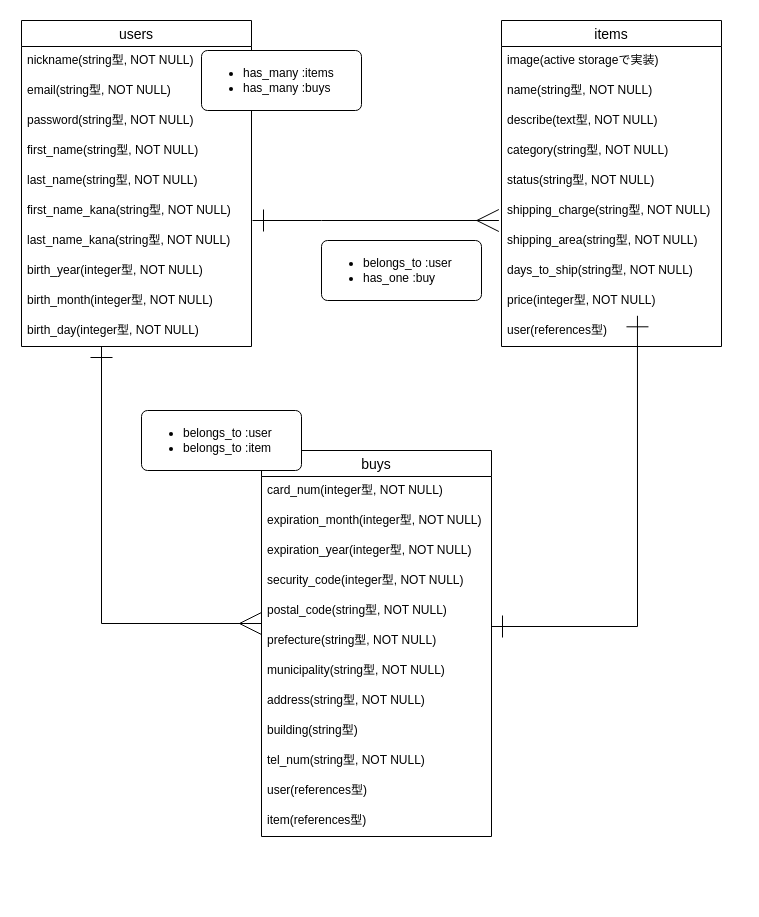
This is furima_er.dio from ironkazutoyo/furima-34405, a draw.io file, before an edit. Source tidied: cells renumbered, new cells numbered last; positions are measured from the earlier drawing's top-left corner, leaving out a move shared by most shapes. Both pictures are drawn from the tidied source at 100%, with x=0, y=0 at pixel (21, 20).
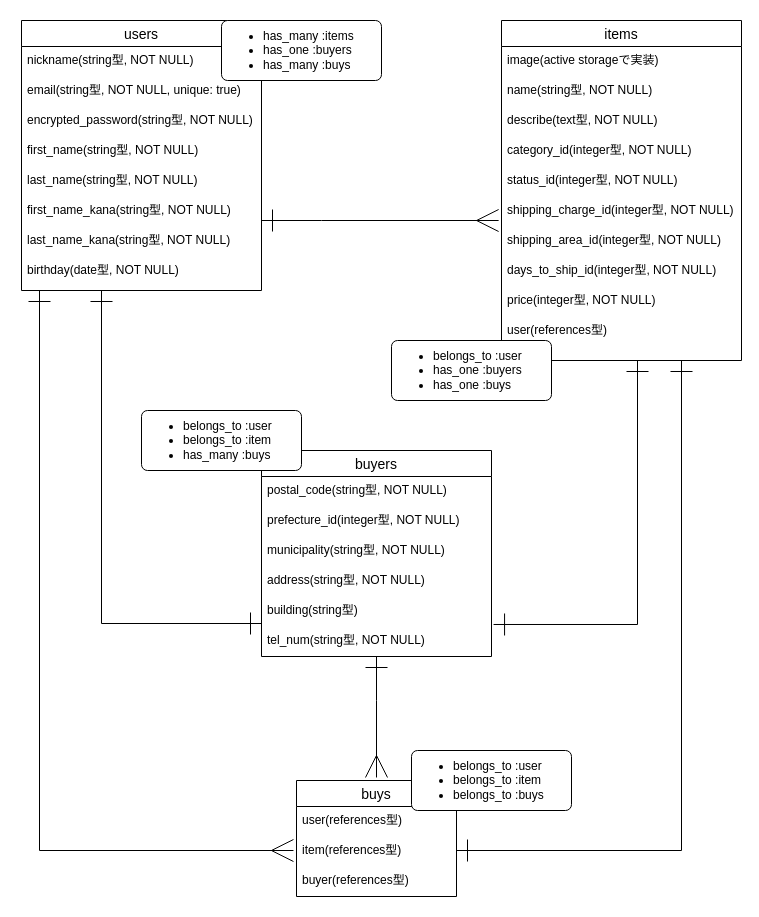
The same diagram, later.

Diff of the diagram source:
```diff
@@
     <mxCell id="2" value="users" style="swimlane;fontStyle=0;horizontal=1;startSize=26;align=center;fontSize=14;" parent="1" vertex="1">
-      <mxGeometry width="230" height="326" as="geometry" />
+      <mxGeometry width="240" height="270" as="geometry" />
     </mxCell>
     <mxCell id="3" value="nickname(string型, NOT NULL)" style="text;strokeColor=none;fillColor=none;spacingLeft=4;spacingRight=4;overflow=hidden;fontSize=12;" parent="2" vertex="1">
-      <mxGeometry y="26" width="230" height="30" as="geometry" />
+      <mxGeometry y="26" width="240" height="30" as="geometry" />
     </mxCell>
-    <mxCell id="4" value="email(string型, NOT NULL)" style="text;strokeColor=none;fillColor=none;spacingLeft=4;spacingRight=4;overflow=hidden;fontSize=12;" parent="2" vertex="1">
-      <mxGeometry y="56" width="230" height="30" as="geometry" />
+    <mxCell id="4" value="email(string型, NOT NULL, unique: true)" style="text;strokeColor=none;fillColor=none;spacingLeft=4;spacingRight=4;overflow=hidden;fontSize=12;" parent="2" vertex="1">
+      <mxGeometry y="56" width="240" height="30" as="geometry" />
     </mxCell>
-    <mxCell id="5" value="password(string型, NOT NULL)" style="text;strokeColor=none;fillColor=none;spacingLeft=4;spacingRight=4;overflow=hidden;fontSize=12;" parent="2" vertex="1">
-      <mxGeometry y="86" width="230" height="30" as="geometry" />
+    <mxCell id="5" value="encrypted_password(string型, NOT NULL)" style="text;strokeColor=none;fillColor=none;spacingLeft=4;spacingRight=4;overflow=hidden;fontSize=12;" parent="2" vertex="1">
+      <mxGeometry y="86" width="240" height="30" as="geometry" />
     </mxCell>
     <mxCell id="6" value="first_name(string型, NOT NULL)" style="text;strokeColor=none;fillColor=none;spacingLeft=4;spacingRight=4;overflow=hidden;fontSize=12;" parent="2" vertex="1">
-      <mxGeometry y="116" width="230" height="30" as="geometry" />
+      <mxGeometry y="116" width="240" height="30" as="geometry" />
     </mxCell>
     <mxCell id="7" value="last_name(string型, NOT NULL)" style="text;strokeColor=none;fillColor=none;spacingLeft=4;spacingRight=4;overflow=hidden;fontSize=12;" parent="2" vertex="1">
-      <mxGeometry y="146" width="230" height="30" as="geometry" />
+      <mxGeometry y="146" width="240" height="30" as="geometry" />
     </mxCell>
     <mxCell id="8" value="first_name_kana(string型, NOT NULL)" style="text;strokeColor=none;fillColor=none;spacingLeft=4;spacingRight=4;overflow=hidden;fontSize=12;" parent="2" vertex="1">
-      <mxGeometry y="176" width="230" height="30" as="geometry" />
+      <mxGeometry y="176" width="240" height="30" as="geometry" />
     </mxCell>
     <mxCell id="9" value="last_name_kana(string型, NOT NULL)" style="text;strokeColor=none;fillColor=none;spacingLeft=4;spacingRight=4;overflow=hidden;fontSize=12;" parent="2" vertex="1">
-      <mxGeometry y="206" width="230" height="30" as="geometry" />
+      <mxGeometry y="206" width="240" height="30" as="geometry" />
     </mxCell>
-    <mxCell id="10" value="birth_year(integer型, NOT NULL)" style="text;strokeColor=none;fillColor=none;spacingLeft=4;spacingRight=4;overflow=hidden;points=[[0,0.5],[1,0.5]];portConstraint=eastwest;fontSize=12;" parent="2" vertex="1">
-      <mxGeometry y="236" width="230" height="30" as="geometry" />
+    <mxCell id="10" value="birthday(date型, NOT NULL)" style="text;strokeColor=none;fillColor=none;spacingLeft=4;spacingRight=4;overflow=hidden;points=[[0,0.5],[1,0.5]];portConstraint=eastwest;fontSize=12;" parent="2" vertex="1">
+      <mxGeometry y="236" width="240" height="34" as="geometry" />
     </mxCell>
-    <mxCell id="11" value="birth_month(integer型, NOT NULL)" style="text;strokeColor=none;fillColor=none;spacingLeft=4;spacingRight=4;overflow=hidden;fontSize=12;" parent="2" vertex="1">
-      <mxGeometry y="266" width="230" height="30" as="geometry" />
-    </mxCell>
-    <mxCell id="12" value="birth_day(integer型, NOT NULL)" style="text;strokeColor=none;fillColor=none;spacingLeft=4;spacingRight=4;overflow=hidden;points=[[0,0.5],[1,0.5]];portConstraint=eastwest;fontSize=12;" parent="2" vertex="1">
-      <mxGeometry y="296" width="230" height="30" as="geometry" />
-    </mxCell>
     <mxCell id="13" value="items" style="swimlane;fontStyle=0;horizontal=1;startSize=26;align=center;fontSize=14;" parent="1" vertex="1">
-      <mxGeometry x="480" width="220" height="326" as="geometry" />
+      <mxGeometry x="480" width="240" height="340" as="geometry" />
     </mxCell>
     <mxCell id="14" value="image(active storageで実装)" style="text;strokeColor=none;fillColor=none;spacingLeft=4;spacingRight=4;overflow=hidden;fontSize=12;" parent="13" vertex="1">
-      <mxGeometry y="26" width="220" height="30" as="geometry" />
+      <mxGeometry y="26" width="240" height="30" as="geometry" />
     </mxCell>
     <mxCell id="15" value="name(string型, NOT NULL)" style="text;strokeColor=none;fillColor=none;spacingLeft=4;spacingRight=4;overflow=hidden;fontSize=12;" parent="13" vertex="1">
-      <mxGeometry y="56" width="220" height="30" as="geometry" />
+      <mxGeometry y="56" width="240" height="30" as="geometry" />
     </mxCell>
     <mxCell id="16" value="describe(text型, NOT NULL)" style="text;strokeColor=none;fillColor=none;spacingLeft=4;spacingRight=4;overflow=hidden;fontSize=12;" parent="13" vertex="1">
-      <mxGeometry y="86" width="220" height="30" as="geometry" />
+      <mxGeometry y="86" width="240" height="30" as="geometry" />
     </mxCell>
-    <mxCell id="17" value="category(string型, NOT NULL)" style="text;strokeColor=none;fillColor=none;spacingLeft=4;spacingRight=4;overflow=hidden;fontSize=12;" parent="13" vertex="1">
-      <mxGeometry y="116" width="220" height="30" as="geometry" />
+    <mxCell id="17" value="category_id(integer型, NOT NULL)" style="text;strokeColor=none;fillColor=none;spacingLeft=4;spacingRight=4;overflow=hidden;fontSize=12;" parent="13" vertex="1">
+      <mxGeometry y="116" width="240" height="30" as="geometry" />
     </mxCell>
-    <mxCell id="18" value="status(string型, NOT NULL)" style="text;strokeColor=none;fillColor=none;spacingLeft=4;spacingRight=4;overflow=hidden;fontSize=12;" parent="13" vertex="1">
-      <mxGeometry y="146" width="220" height="30" as="geometry" />
+    <mxCell id="18" value="status_id(integer型, NOT NULL)" style="text;strokeColor=none;fillColor=none;spacingLeft=4;spacingRight=4;overflow=hidden;fontSize=12;" parent="13" vertex="1">
+      <mxGeometry y="146" width="240" height="30" as="geometry" />
     </mxCell>
-    <mxCell id="19" value="shipping_charge(string型, NOT NULL)" style="text;strokeColor=none;fillColor=none;spacingLeft=4;spacingRight=4;overflow=hidden;points=[[0,0.5],[1,0.5]];portConstraint=eastwest;fontSize=12;" parent="13" vertex="1">
-      <mxGeometry y="176" width="220" height="30" as="geometry" />
+    <mxCell id="19" value="shipping_charge_id(integer型, NOT NULL)" style="text;strokeColor=none;fillColor=none;spacingLeft=4;spacingRight=4;overflow=hidden;points=[[0,0.5],[1,0.5]];portConstraint=eastwest;fontSize=12;" parent="13" vertex="1">
+      <mxGeometry y="176" width="240" height="30" as="geometry" />
     </mxCell>
-    <mxCell id="20" value="shipping_area(string型, NOT NULL)" style="text;strokeColor=none;fillColor=none;spacingLeft=4;spacingRight=4;overflow=hidden;fontSize=12;" parent="13" vertex="1">
-      <mxGeometry y="206" width="220" height="30" as="geometry" />
+    <mxCell id="20" value="shipping_area_id(integer型, NOT NULL)" style="text;strokeColor=none;fillColor=none;spacingLeft=4;spacingRight=4;overflow=hidden;fontSize=12;" parent="13" vertex="1">
+      <mxGeometry y="206" width="240" height="30" as="geometry" />
     </mxCell>
-    <mxCell id="21" value="days_to_ship(string型, NOT NULL)" style="text;strokeColor=none;fillColor=none;spacingLeft=4;spacingRight=4;overflow=hidden;fontSize=12;" parent="13" vertex="1">
-      <mxGeometry y="236" width="220" height="30" as="geometry" />
+    <mxCell id="21" value="days_to_ship_id(integer型, NOT NULL)" style="text;strokeColor=none;fillColor=none;spacingLeft=4;spacingRight=4;overflow=hidden;fontSize=12;" parent="13" vertex="1">
+      <mxGeometry y="236" width="240" height="30" as="geometry" />
     </mxCell>
     <mxCell id="22" value="price(integer型, NOT NULL)" style="text;strokeColor=none;fillColor=none;spacingLeft=4;spacingRight=4;overflow=hidden;points=[[0,0.5],[1,0.5]];portConstraint=eastwest;fontSize=12;" parent="13" vertex="1">
-      <mxGeometry y="266" width="220" height="30" as="geometry" />
+      <mxGeometry y="266" width="240" height="30" as="geometry" />
     </mxCell>
     <mxCell id="23" value="user(references型)" style="text;strokeColor=none;fillColor=none;spacingLeft=4;spacingRight=4;overflow=hidden;points=[[0,0.5],[1,0.5]];portConstraint=eastwest;fontSize=12;" parent="13" vertex="1">
-      <mxGeometry y="296" width="220" height="30" as="geometry" />
+      <mxGeometry y="296" width="240" height="44" as="geometry" />
     </mxCell>
+    <mxCell id="43" style="edgeStyle=orthogonalEdgeStyle;rounded=0;jettySize=auto;html=1;entryX=0.5;entryY=-0.026;entryDx=0;entryDy=0;entryPerimeter=0;startArrow=ERone;startFill=0;startSize=20;endArrow=ERmany;endFill=0;endSize=20;" parent="1" edge="1" source="24" target="45">
+      <mxGeometry relative="1" as="geometry">
+        <Array as="points">
+          <mxPoint x="355" y="680" />
+          <mxPoint x="355" y="680" />
+        </Array>
+      </mxGeometry>
+    </mxCell>
-    <mxCell id="24" value="buys" style="swimlane;fontStyle=0;horizontal=1;startSize=26;align=center;fontSize=14;" parent="1" vertex="1">
-      <mxGeometry x="240" y="430" width="230" height="386" as="geometry" />
+    <mxCell id="24" value="buyers" style="swimlane;fontStyle=0;horizontal=1;startSize=26;align=center;fontSize=14;" parent="1" vertex="1">
+      <mxGeometry x="240" y="430" width="230" height="206" as="geometry" />
     </mxCell>
-    <mxCell id="25" value="card_num(integer型, NOT NULL)" style="text;strokeColor=none;fillColor=none;spacingLeft=4;spacingRight=4;overflow=hidden;fontSize=12;" parent="24" vertex="1">
-      <mxGeometry y="26" width="230" height="30" as="geometry" />
-    </mxCell>
-    <mxCell id="26" value="expiration_month(integer型, NOT NULL)" style="text;strokeColor=none;fillColor=none;spacingLeft=4;spacingRight=4;overflow=hidden;fontSize=12;" parent="24" vertex="1">
-      <mxGeometry y="56" width="230" height="30" as="geometry" />
-    </mxCell>
-    <mxCell id="27" value="expiration_year(integer型, NOT NULL)" style="text;strokeColor=none;fillColor=none;spacingLeft=4;spacingRight=4;overflow=hidden;fontSize=12;" parent="24" vertex="1">
-      <mxGeometry y="86" width="230" height="30" as="geometry" />
-    </mxCell>
-    <mxCell id="28" value="security_code(integer型, NOT NULL)" style="text;strokeColor=none;fillColor=none;spacingLeft=4;spacingRight=4;overflow=hidden;fontSize=12;" parent="24" vertex="1">
-      <mxGeometry y="116" width="230" height="30" as="geometry" />
-    </mxCell>
     <mxCell id="29" value="postal_code(string型, NOT NULL)" style="text;strokeColor=none;fillColor=none;spacingLeft=4;spacingRight=4;overflow=hidden;points=[[0,0.5],[1,0.5]];portConstraint=eastwest;fontSize=12;" parent="24" vertex="1">
-      <mxGeometry y="146" width="230" height="30" as="geometry" />
+      <mxGeometry y="26" width="230" height="30" as="geometry" />
     </mxCell>
-    <mxCell id="30" value="prefecture(string型, NOT NULL)" style="text;strokeColor=none;fillColor=none;spacingLeft=4;spacingRight=4;overflow=hidden;points=[[0,0.5],[1,0.5]];portConstraint=eastwest;fontSize=12;" parent="24" vertex="1">
-      <mxGeometry y="176" width="230" height="30" as="geometry" />
+    <mxCell id="30" value="prefecture_id(integer型, NOT NULL)" style="text;strokeColor=none;fillColor=none;spacingLeft=4;spacingRight=4;overflow=hidden;points=[[0,0.5],[1,0.5]];portConstraint=eastwest;fontSize=12;" parent="24" vertex="1">
+      <mxGeometry y="56" width="230" height="30" as="geometry" />
     </mxCell>
     <mxCell id="31" value="municipality(string型, NOT NULL)" style="text;strokeColor=none;fillColor=none;spacingLeft=4;spacingRight=4;overflow=hidden;fontSize=12;" parent="24" vertex="1">
-      <mxGeometry y="206" width="230" height="30" as="geometry" />
+      <mxGeometry y="86" width="230" height="30" as="geometry" />
     </mxCell>
     <mxCell id="32" value="address(string型, NOT NULL)" style="text;strokeColor=none;fillColor=none;spacingLeft=4;spacingRight=4;overflow=hidden;fontSize=12;" parent="24" vertex="1">
-      <mxGeometry y="236" width="230" height="30" as="geometry" />
+      <mxGeometry y="116" width="230" height="30" as="geometry" />
     </mxCell>
     <mxCell id="33" value="building(string型)" style="text;strokeColor=none;fillColor=none;spacingLeft=4;spacingRight=4;overflow=hidden;fontSize=12;" parent="24" vertex="1">
-      <mxGeometry y="266" width="230" height="30" as="geometry" />
+      <mxGeometry y="146" width="230" height="30" as="geometry" />
     </mxCell>
     <mxCell id="34" value="tel_num(string型, NOT NULL)" style="text;strokeColor=none;fillColor=none;spacingLeft=4;spacingRight=4;overflow=hidden;points=[[0,0.5],[1,0.5]];portConstraint=eastwest;fontSize=12;" parent="24" vertex="1">
-      <mxGeometry y="296" width="230" height="30" as="geometry" />
+      <mxGeometry y="176" width="230" height="30" as="geometry" />
     </mxCell>
-    <mxCell id="35" value="user(references型)" style="text;strokeColor=none;fillColor=none;spacingLeft=4;spacingRight=4;overflow=hidden;fontSize=12;" parent="24" vertex="1">
-      <mxGeometry y="326" width="230" height="30" as="geometry" />
-    </mxCell>
-    <mxCell id="36" value="item(references型)" style="text;strokeColor=none;fillColor=none;spacingLeft=4;spacingRight=4;overflow=hidden;points=[[0,0.5],[1,0.5]];portConstraint=eastwest;fontSize=12;" parent="24" vertex="1">
-      <mxGeometry y="356" width="230" height="30" as="geometry" />
-    </mxCell>
     <mxCell id="37" style="endArrow=ERmany;html=1;rounded=0;entryX=-0.012;entryY=0.8;entryDx=0;entryDy=0;entryPerimeter=0;startSize=20;endSize=20;endFill=0;startArrow=ERone;startFill=0;" parent="1" edge="1" target="19">
       <mxGeometry relative="1" as="geometry">
-        <mxPoint x="231" y="200" as="sourcePoint" />
+        <mxPoint x="240" y="200" as="sourcePoint" />
         <Array as="points">
           <mxPoint x="300" y="200" />
         </Array>
       </mxGeometry>
     </mxCell>
-    <mxCell id="38" style="edgeStyle=orthogonalEdgeStyle;rounded=0;jettySize=auto;html=1;startArrow=ERone;startFill=0;endArrow=ERmany;endFill=0;endSize=20;startSize=20;" parent="1" edge="1" source="12" target="29">
+    <mxCell id="38" style="edgeStyle=orthogonalEdgeStyle;rounded=0;orthogonalLoop=1;jettySize=auto;html=1;startArrow=ERone;startFill=0;endArrow=ERone;endFill=0;endSize=20;startSize=20;" parent="1" edge="1">
       <mxGeometry relative="1" as="geometry">
+        <mxPoint x="80" y="270" as="sourcePoint" />
+        <mxPoint x="240" y="603" as="targetPoint" />
         <Array as="points">
           <mxPoint x="80" y="603" />
         </Array>
       </mxGeometry>
     </mxCell>
-    <mxCell id="39" style="edgeStyle=orthogonalEdgeStyle;rounded=0;jettySize=auto;html=1;startArrow=ERone;startFill=0;startSize=20;endArrow=ERone;endFill=0;endSize=20;exitX=0.618;exitY=0.977;exitDx=0;exitDy=0;exitPerimeter=0;" parent="1" edge="1" source="22" target="30">
+    <mxCell id="39" style="edgeStyle=orthogonalEdgeStyle;rounded=0;jettySize=auto;html=1;startArrow=ERone;startFill=0;startSize=20;endArrow=ERone;endFill=0;endSize=20;entryX=1.009;entryY=-0.067;entryDx=0;entryDy=0;entryPerimeter=0;" parent="1" edge="1" target="34">
       <mxGeometry relative="1" as="geometry">
+        <mxPoint x="616" y="340" as="sourcePoint" />
         <Array as="points">
-          <mxPoint x="616" y="606" />
+          <mxPoint x="616" y="604" />
         </Array>
       </mxGeometry>
     </mxCell>
-    <mxCell id="40" value="&lt;ul&gt;&lt;li&gt;has_many :items&lt;/li&gt;&lt;li&gt;has_many :buys&lt;/li&gt;&lt;/ul&gt;" style="rounded=1;arcSize=10;whiteSpace=wrap;html=1;align=left;" parent="1" vertex="1">
-      <mxGeometry x="180" y="30" width="160" height="60" as="geometry" />
+    <mxCell id="40" value="&lt;ul&gt;&lt;li&gt;has_many :items&lt;/li&gt;&lt;li&gt;has_one :buyers&lt;/li&gt;&lt;li&gt;has_many :buys&lt;/li&gt;&lt;/ul&gt;" style="rounded=1;arcSize=10;whiteSpace=wrap;html=1;align=left;" parent="1" vertex="1">
+      <mxGeometry x="200" width="160" height="60" as="geometry" />
     </mxCell>
-    <mxCell id="41" value="&lt;ul&gt;&lt;li&gt;belongs_to :user&lt;/li&gt;&lt;li&gt;has_one :buy&lt;/li&gt;&lt;/ul&gt;" style="rounded=1;arcSize=10;whiteSpace=wrap;html=1;align=left;" parent="1" vertex="1">
-      <mxGeometry x="300" y="220" width="160" height="60" as="geometry" />
+    <mxCell id="41" value="&lt;ul&gt;&lt;li&gt;belongs_to :user&lt;/li&gt;&lt;li&gt;has_one :buyers&lt;/li&gt;&lt;li&gt;has_one :buys&lt;/li&gt;&lt;/ul&gt;" style="rounded=1;arcSize=10;whiteSpace=wrap;html=1;align=left;" parent="1" vertex="1">
+      <mxGeometry x="370" y="320" width="160" height="60" as="geometry" />
     </mxCell>
-    <mxCell id="42" value="&lt;ul&gt;&lt;li&gt;belongs_to :user&lt;/li&gt;&lt;li&gt;belongs_to :item&lt;/li&gt;&lt;/ul&gt;" style="rounded=1;arcSize=10;whiteSpace=wrap;html=1;align=left;" parent="1" vertex="1">
+    <mxCell id="42" value="&lt;ul&gt;&lt;li&gt;belongs_to :user&lt;/li&gt;&lt;li&gt;belongs_to :item&lt;/li&gt;&lt;li&gt;has_many :buys&lt;/li&gt;&lt;/ul&gt;" style="rounded=1;arcSize=10;whiteSpace=wrap;html=1;align=left;" parent="1" vertex="1">
       <mxGeometry x="120" y="390" width="160" height="60" as="geometry" />
     </mxCell>
+    <mxCell id="44" style="edgeStyle=orthogonalEdgeStyle;rounded=0;jettySize=auto;html=1;startArrow=ERone;startFill=0;startSize=20;endArrow=ERone;endFill=0;endSize=20;entryX=0.75;entryY=1;entryDx=0;entryDy=0;entryPerimeter=0;" parent="1" edge="1" source="45" target="23">
+      <mxGeometry relative="1" as="geometry">
+        <Array as="points">
+          <mxPoint x="660" y="830" />
+        </Array>
+      </mxGeometry>
+    </mxCell>
+    <mxCell id="45" value="buys" style="swimlane;fontStyle=0;horizontal=1;startSize=26;align=center;fontSize=14;" parent="1" vertex="1">
+      <mxGeometry x="275" y="760" width="160" height="116" as="geometry" />
+    </mxCell>
+    <mxCell id="35" value="user(references型)" style="text;strokeColor=none;fillColor=none;spacingLeft=4;spacingRight=4;overflow=hidden;fontSize=12;" parent="45" vertex="1">
+      <mxGeometry y="26" width="160" height="30" as="geometry" />
+    </mxCell>
+    <mxCell id="36" value="item(references型)" style="text;strokeColor=none;fillColor=none;spacingLeft=4;spacingRight=4;overflow=hidden;points=[[0,0.5],[1,0.5]];portConstraint=eastwest;fontSize=12;" parent="45" vertex="1">
+      <mxGeometry y="56" width="160" height="30" as="geometry" />
+    </mxCell>
+    <mxCell id="46" value="buyer(references型)" style="text;strokeColor=none;fillColor=none;spacingLeft=4;spacingRight=4;overflow=hidden;fontSize=12;" parent="45" vertex="1">
+      <mxGeometry y="86" width="160" height="30" as="geometry" />
+    </mxCell>
+    <mxCell id="47" style="edgeStyle=orthogonalEdgeStyle;rounded=0;jettySize=auto;html=1;entryX=-0.019;entryY=0.467;entryDx=0;entryDy=0;entryPerimeter=0;startArrow=ERone;startFill=0;endSize=20;startSize=20;exitX=0.075;exitY=1;exitDx=0;exitDy=0;exitPerimeter=0;endArrow=ERmany;endFill=0;" parent="1" edge="1" source="10" target="36">
+      <mxGeometry relative="1" as="geometry" />
+    </mxCell>
+    <mxCell id="48" value="&lt;ul&gt;&lt;li&gt;belongs_to :user&lt;/li&gt;&lt;li&gt;belongs_to :item&lt;/li&gt;&lt;li&gt;belongs_to :buys&lt;/li&gt;&lt;/ul&gt;" style="rounded=1;arcSize=10;whiteSpace=wrap;html=1;align=left;" parent="1" vertex="1">
+      <mxGeometry x="390" y="730" width="160" height="60" as="geometry" />
+    </mxCell>
```
